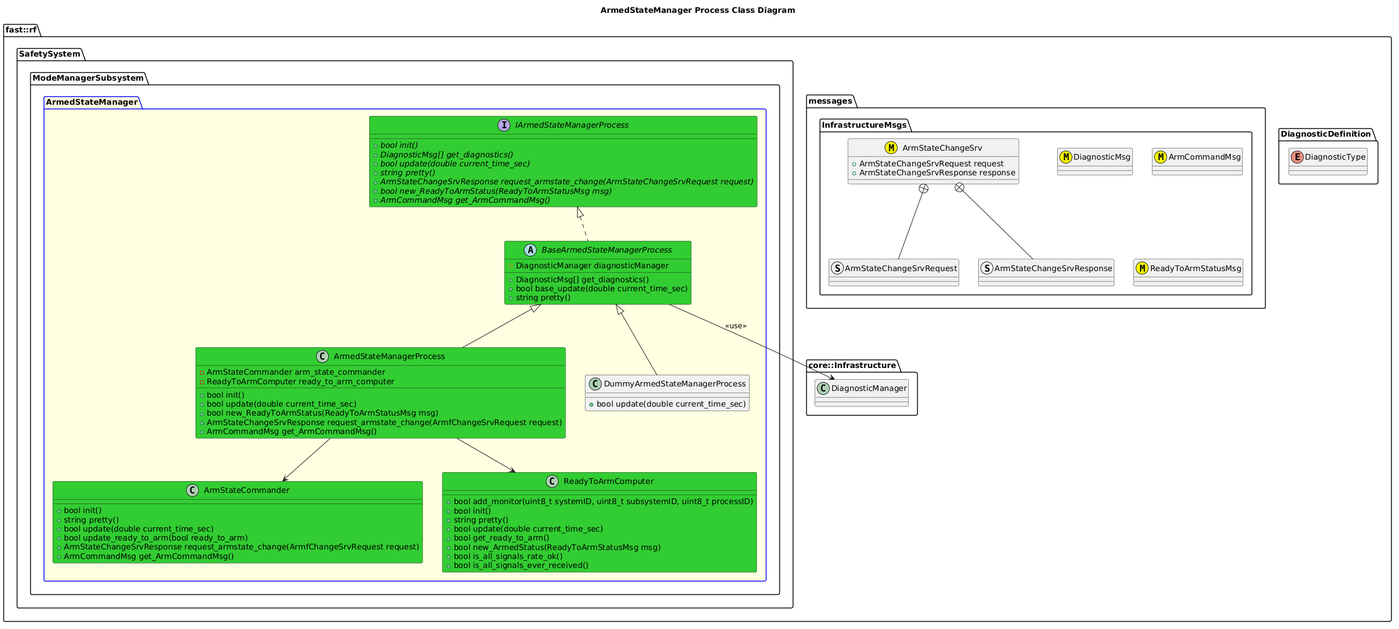
fastrobotics/robot_framework keeps this PlantUML diagram as Systems/Safety/Subsystems/ModeManager/Processes/ArmedStateManager/doc/puml/ArmedStateManagerProcessClassDiagram.png. Above is the earlier version.
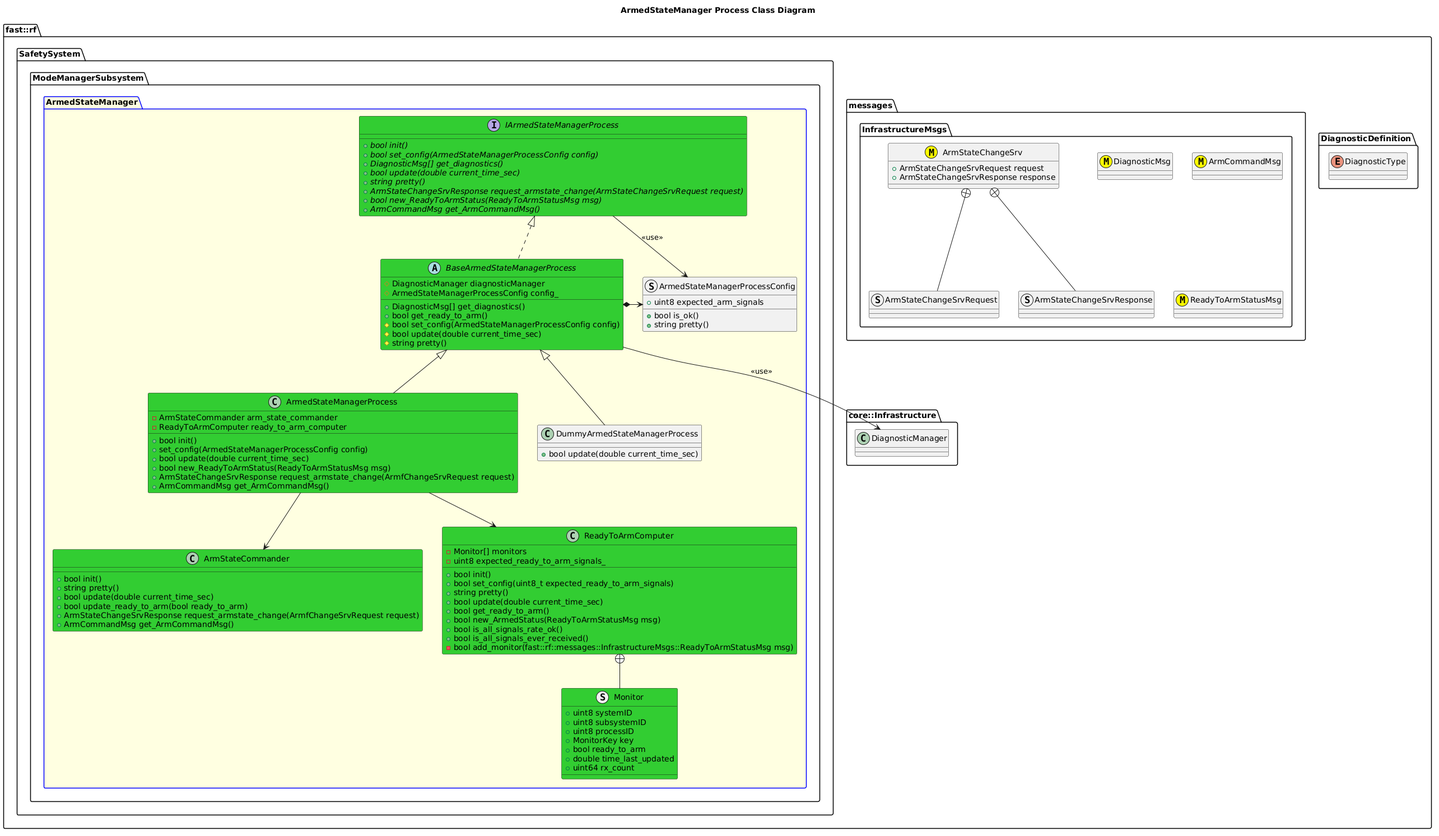
After the change.

Diff of the diagram source:
```diff
@@ -34,18 +34,38 @@
             +ArmStateChangeSrvResponse request_armstate_change(ArmfChangeSrvRequest request)
             +ArmCommandMsg get_ArmCommandMsg()
         }
+        struct Monitor #LimeGreen {
+          +uint8 systemID
+          +uint8 subsystemID
+          +uint8 processID
+          +MonitorKey key
+          +bool ready_to_arm
+          +double time_last_updated
+          +uint64 rx_count
+        }
         class ReadyToArmComputer #LimeGreen {
-            +bool add_monitor(uint8_t systemID, uint8_t subsystemID, uint8_t processID)
+
             +bool init()
+            +bool set_config(uint8_t expected_ready_to_arm_signals)
             +string pretty()
             +bool update(double current_time_sec)
             +bool get_ready_to_arm()
             +bool new_ArmedStatus(ReadyToArmStatusMsg msg)
             +bool is_all_signals_rate_ok()
             +bool is_all_signals_ever_received()
+            -bool add_monitor(fast::rf::messages::InfrastructureMsgs::ReadyToArmStatusMsg msg)
+            -Monitor[] monitors
+            -uint8 expected_ready_to_arm_signals_
+        }
+        ReadyToArmComputer +-- Monitor
+        struct ArmedStateManagerProcessConfig {
+          +uint8 expected_arm_signals
+          +bool is_ok()
+          +string pretty()
         }
         interface IArmedStateManagerProcess #LimeGreen {
           +{abstract} bool init()
+          +{abstract} bool set_config(ArmedStateManagerProcessConfig config)
           +{abstract} DiagnosticMsg[] get_diagnostics()
           +{abstract} bool update(double current_time_sec)
           +{abstract} string pretty()
@@ -53,17 +73,24 @@
           +{abstract} bool new_ReadyToArmStatus(ReadyToArmStatusMsg msg)
           +{abstract} ArmCommandMsg get_ArmCommandMsg()
         }
+        IArmedStateManagerProcess --> ArmedStateManagerProcessConfig: <<use>>
         abstract BaseArmedStateManagerProcess #LimeGreen {
+
           +DiagnosticMsg[] get_diagnostics()
-          +bool base_update(double current_time_sec)
-          +string pretty()
+          +bool get_ready_to_arm()
+          #bool set_config(ArmedStateManagerProcessConfig config)
+          #bool update(double current_time_sec)
+          #string pretty()
           #DiagnosticManager diagnosticManager
+          #ArmedStateManagerProcessConfig config_
 
         }
         BaseArmedStateManagerProcess .up.|> IArmedStateManagerProcess
         BaseArmedStateManagerProcess --> DiagnosticManager: <<use>>
+        BaseArmedStateManagerProcess *-> ArmedStateManagerProcessConfig
         class ArmedStateManagerProcess #LimeGreen {
           +bool init()
+          +set_config(ArmedStateManagerProcessConfig config)
           +bool update(double current_time_sec)
           +bool new_ReadyToArmStatus(ReadyToArmStatusMsg msg)
           +ArmStateChangeSrvResponse request_armstate_change(ArmfChangeSrvRequest request)
```
